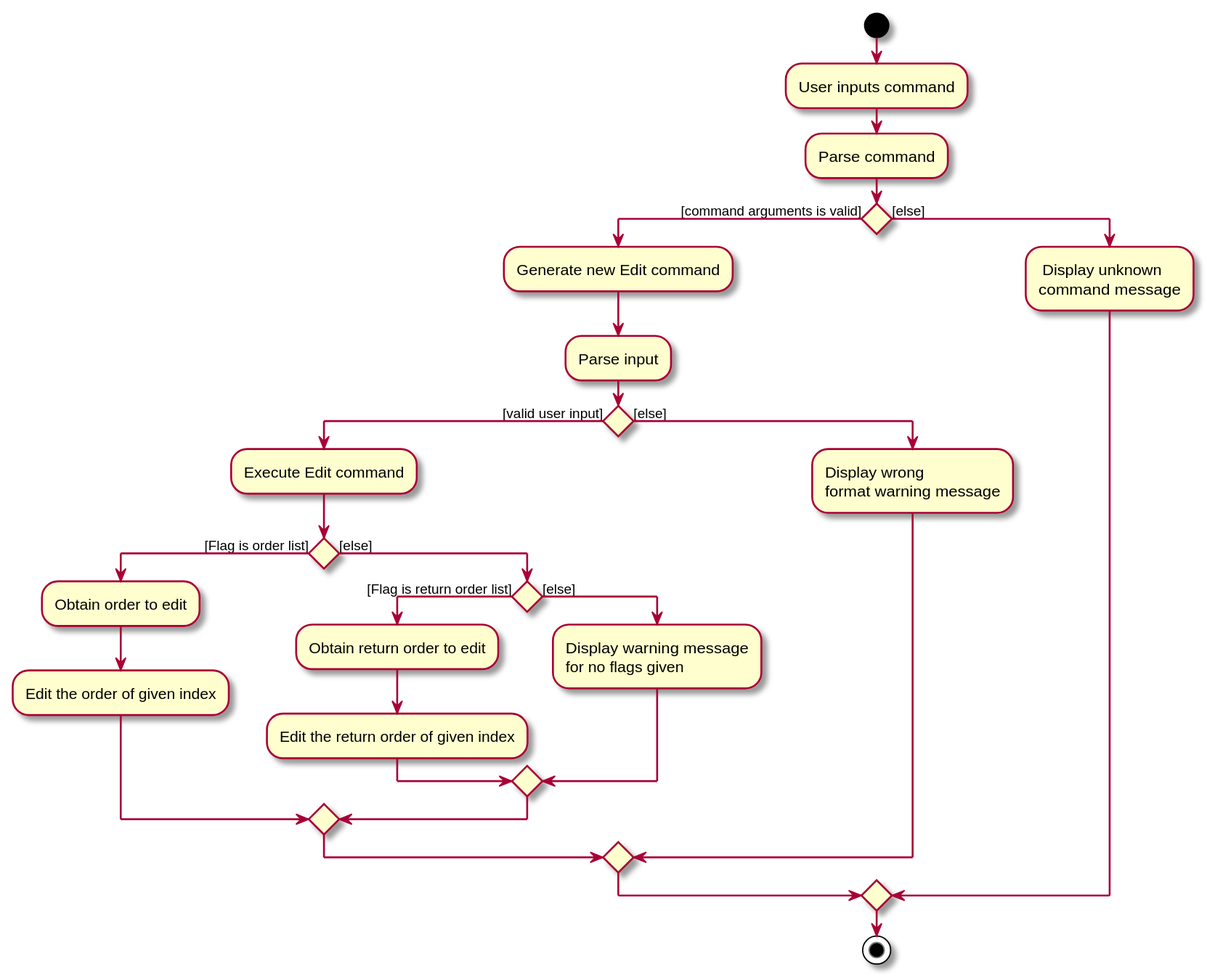
The PlantUML diagram docs/images/EditCommandActivityDiagram.svg in nus-cs2103-AY1920S2/addressbook-level3, before a commit.
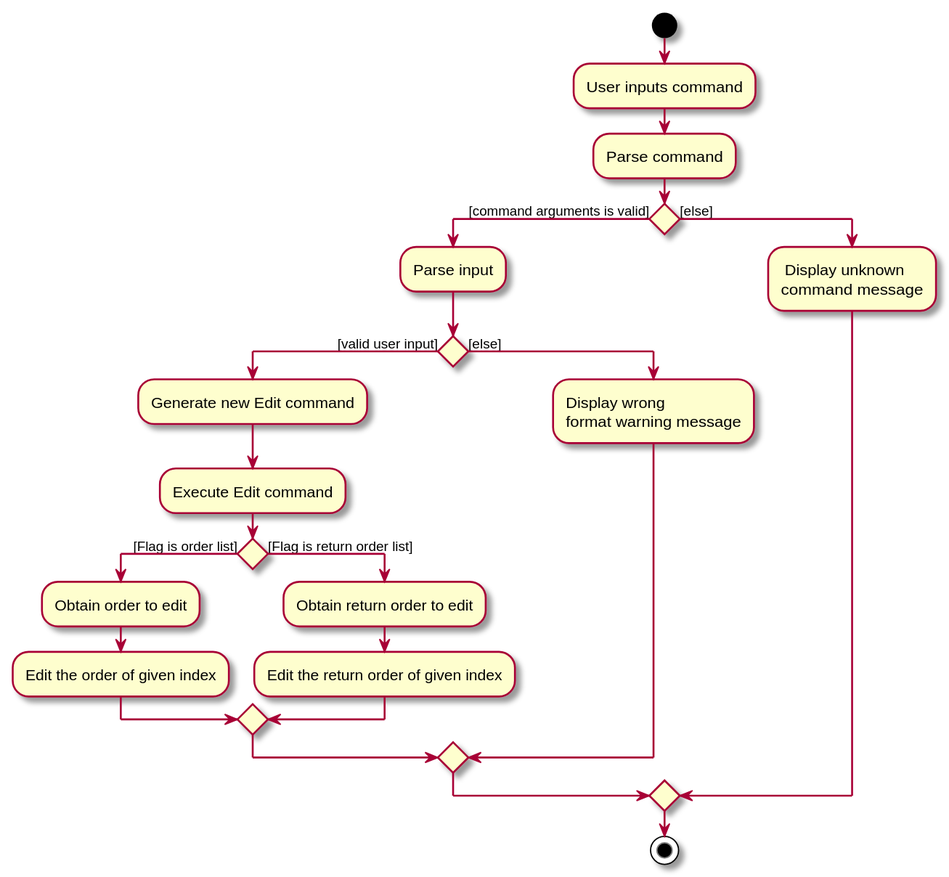
Later version of the same file.

Change to the diagram source:
```diff
@@ -4,21 +4,16 @@
 :Parse command;
 
 if () then ([command arguments is valid])
-    :Generate new Edit command;
     :Parse input;
     if () then ([valid user input])
+        :Generate new Edit command;
         :Execute Edit command;
         if () then ([Flag is order list])
         :Obtain order to edit;
         :Edit the order of given index;
-        else ([else])
-            if () then ([Flag is return order list])
-            :Obtain return order to edit;
-            :Edit the return order of given index;
-            else ([else])
-            :Display warning message
-            for no flags given;
-            endif
+        else ([Flag is return order list])
+        :Obtain return order to edit;
+        :Edit the return order of given index;
         endif
     else ([else])
         :Display wrong
```
